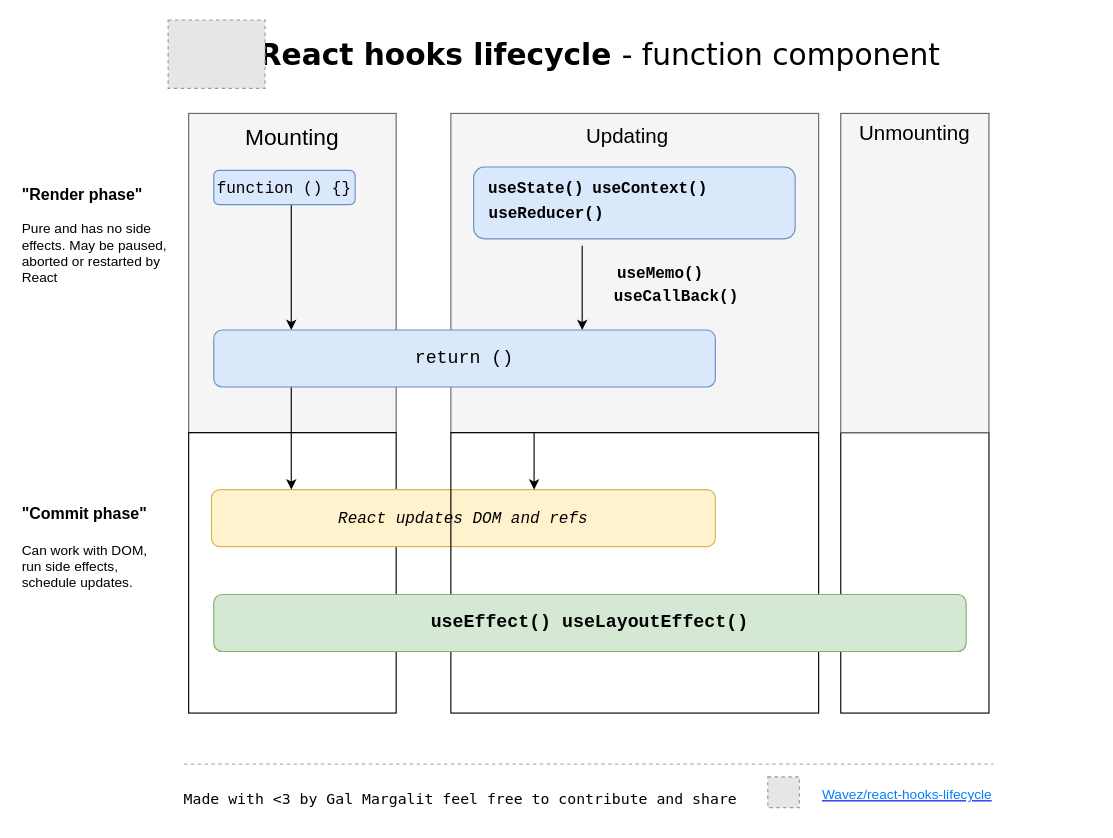
The draw.io diagram chart.drawio in Wavez/react-hooks-lifecycle, before the edit. Source tidied: cells renumbered, new cells numbered last; positions are measured from the earlier drawing's top-left corner, leaving out a move shared by most shapes. Both pictures are drawn from the tidied source at 114%, with x=0, y=0 at pixel (19, 19). Pictures stored in the file or linked from it are replaced by grey dashed boxes.
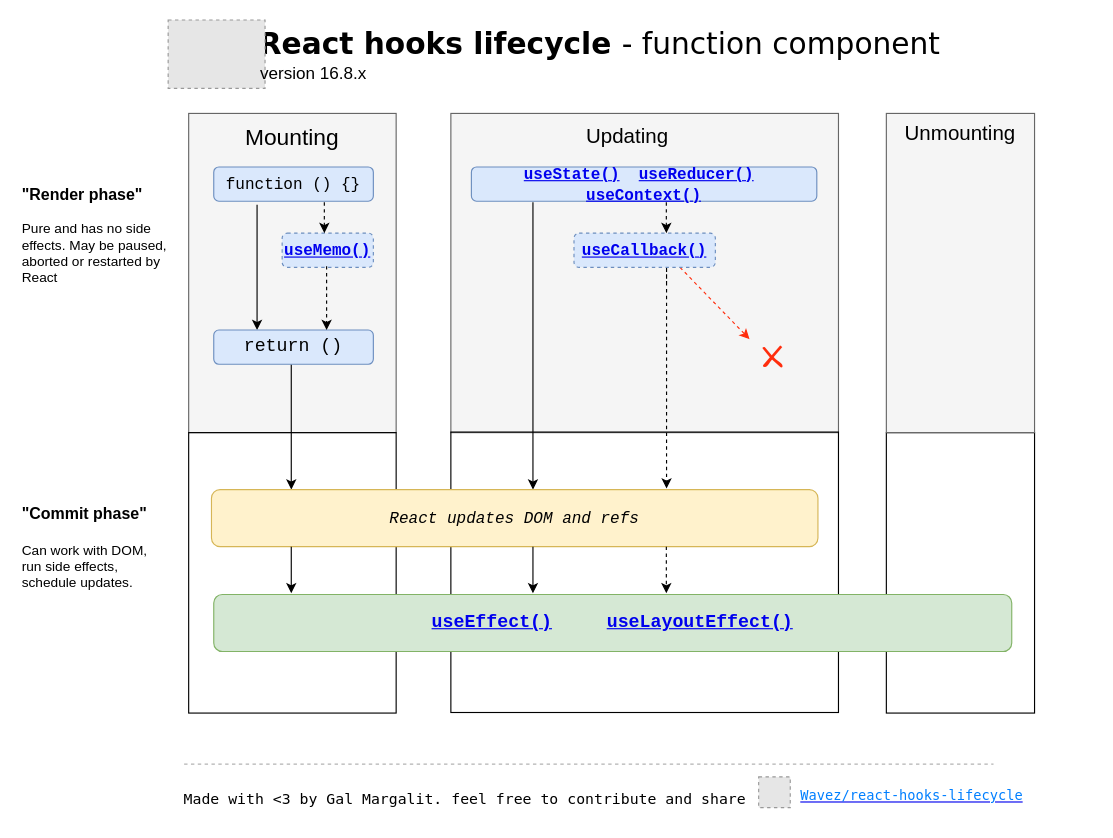
The same page after the edit.

The change refers to these unchanged cells:
```xml
<mxCell id="28" style="group;" parent="1" vertex="1">
  <mxGeometry x="142" y="652.8" width="800" height="47.2" as="geometry" />
</mxCell>
<mxCell id="29" style="group;" parent="28" vertex="1">
  <mxGeometry y="7.2" width="550" height="40" as="geometry" />
</mxCell>
```

Diff of the diagram source:
```diff
@@
     <mxCell id="2" style="rounded=0;whiteSpace=wrap;html=1;fillColor=none;" parent="1" vertex="1">
-      <mxGeometry x="720" y="362" width="130" height="246" as="geometry" />
+      <mxGeometry x="760" y="362" width="130" height="246" as="geometry" />
     </mxCell>
@@
-    <mxCell id="5" style="edgeStyle=orthogonalEdgeStyle;rounded=0;jettySize=auto;html=1;" parent="1" edge="1" source="6" target="24">
+    <mxCell id="5" style="edgeStyle=orthogonalEdgeStyle;rounded=0;orthogonalLoop=1;jettySize=auto;html=1;" parent="1" edge="1">
       <mxGeometry relative="1" as="geometry">
+        <mxPoint x="208" y="162" as="sourcePoint" />
+        <mxPoint x="208" y="272" as="targetPoint" />
         <Array as="points">
-          <mxPoint x="238" y="252" />
-          <mxPoint x="238" y="252" />
+          <mxPoint x="208" y="252" />
+          <mxPoint x="208" y="252" />
         </Array>
       </mxGeometry>
     </mxCell>
     <mxCell id="6" value="&lt;h3 id=&quot;static-getderivedstatefromprops&quot;&gt;&lt;code style=&quot;font-weight: normal&quot;&gt;function () {}&lt;/code&gt;&lt;/h3&gt;" style="rounded=1;whiteSpace=wrap;html=1;fillColor=#dae8fc;strokeColor=#6c8ebf;" parent="1" vertex="1">
-      <mxGeometry x="170" y="132" width="124" height="30" as="geometry" />
+      <mxGeometry x="170" y="129" width="140" height="30" as="geometry" />
     </mxCell>
     <mxCell id="7" value="Unmounting" style="group;fillColor=#f5f5f5;strokeColor=#666666;fontColor=#000000;fontSize=18;" parent="1" vertex="1">
-      <mxGeometry x="720" y="82" width="130" height="280" as="geometry" />
+      <mxGeometry x="760" y="82" width="130" height="280" as="geometry" />
     </mxCell>
@@
     <mxCell id="10" value="&lt;font style=&quot;font-size: 26px&quot;&gt;React hooks lifecycle &lt;span style=&quot;font-weight: normal&quot;&gt;- &lt;/span&gt;&lt;span style=&quot;font-weight: normal&quot;&gt;function component&lt;/span&gt;&lt;/font&gt;" style="text;html=1;align=left;verticalAlign=top;spacingTop=-4;fontFamily=Verdana;fontStyle=1;" parent="1" vertex="1">
-      <mxGeometry x="208" y="13" width="580" height="20" as="geometry" />
+      <mxGeometry x="208" y="3" width="580" height="20" as="geometry" />
     </mxCell>
@@
-    <mxCell id="12" value="&lt;h3 id=&quot;static-getderivedstatefromprops&quot;&gt;&lt;code style=&quot;font-weight: normal&quot;&gt;&lt;i&gt;React updates DOM and refs&lt;/i&gt;&lt;/code&gt;&lt;/h3&gt;" style="rounded=1;whiteSpace=wrap;html=1;fillColor=#fff2cc;strokeColor=#d6b656;" parent="1" vertex="1">
-      <mxGeometry x="168" y="412" width="442" height="50" as="geometry" />
-    </mxCell>
@@
-    <mxCell id="14" style="edgeStyle=orthogonalEdgeStyle;rounded=0;orthogonalLoop=1;jettySize=auto;html=1;" parent="1" edge="1">
-      <mxGeometry relative="1" as="geometry">
-        <mxPoint x="451" y="322" as="sourcePoint" />
-        <mxPoint x="451" y="412" as="targetPoint" />
-        <Array as="points">
-          <mxPoint x="451" y="352" />
-          <mxPoint x="451" y="352" />
-        </Array>
-      </mxGeometry>
-    </mxCell>
     <mxCell id="15" style="rounded=0;whiteSpace=wrap;html=1;fillColor=#f5f5f5;strokeColor=#666666;fontColor=#333333;" parent="1" vertex="1">
-      <mxGeometry x="378" y="82" width="322.6" height="280" as="geometry" />
+      <mxGeometry x="378" y="82" width="340" height="280" as="geometry" />
     </mxCell>
@@
-    <mxCell id="17" style="edgeStyle=orthogonalEdgeStyle;rounded=0;orthogonalLoop=1;jettySize=auto;html=1;" parent="1" edge="1">
+    <mxCell id="17" style="edgeStyle=orthogonalEdgeStyle;rounded=0;orthogonalLoop=1;jettySize=auto;html=1;dashed=1;" parent="1" edge="1">
       <mxGeometry relative="1" as="geometry">
-        <mxPoint x="493.2" y="232" as="sourcePoint" />
-        <mxPoint x="493.2" y="272" as="targetPoint" />
+        <mxPoint x="567.2" y="232" as="sourcePoint" />
+        <mxPoint x="567.2" y="411" as="targetPoint" />
         <Array as="points">
-          <mxPoint x="493.2" y="198" />
+          <mxPoint x="567.2" y="198" />
         </Array>
       </mxGeometry>
     </mxCell>
-    <mxCell id="18" style="rounded=1;whiteSpace=wrap;html=1;fillColor=#dae8fc;strokeColor=#6c8ebf;" parent="1" vertex="1">
-      <mxGeometry x="398" y="129" width="282" height="63" as="geometry" />
+    <mxCell id="18" value="&lt;h3 id=&quot;static-getderivedstatefromprops&quot; style=&quot;white-space: normal&quot;&gt;&lt;code&gt;&lt;font style=&quot;font-size: 14px&quot; color=&quot;#3399ff&quot;&gt;&lt;a href=&quot;https://reactjs.org/docs/hooks-reference.html#usestate&quot;&gt;useState()&lt;/a&gt;&amp;nbsp; &lt;a href=&quot;https://reactjs.org/docs/hooks-reference.html#usereducer&quot;&gt;useReducer()&lt;/a&gt;&amp;nbsp; &lt;a href=&quot;https://reactjs.org/docs/hooks-reference.html#usecontext&quot;&gt;useContext()&lt;/a&gt;&lt;/font&gt;&lt;/code&gt;&lt;/h3&gt;" style="rounded=1;whiteSpace=wrap;html=1;fillColor=#dae8fc;strokeColor=#6c8ebf;" parent="1" vertex="1">
+      <mxGeometry x="396" y="129" width="303" height="30" as="geometry" />
     </mxCell>
     <mxCell id="19" style="rounded=0;whiteSpace=wrap;html=1;fillColor=none;" parent="1" vertex="1">
-      <mxGeometry x="378" y="362" width="322.6" height="246" as="geometry" />
+      <mxGeometry x="378" y="361.5" width="340" height="246" as="geometry" />
     </mxCell>
-    <mxCell id="20" value="&lt;h3 id=&quot;static-getderivedstatefromprops&quot;&gt;&lt;code&gt;&lt;font style=&quot;font-size: 14px&quot;&gt;useState()&lt;/font&gt;&lt;/code&gt;&lt;/h3&gt;" style="text;html=1;strokeColor=none;fillColor=none;align=center;verticalAlign=middle;whiteSpace=wrap;rounded=0;" parent="1" vertex="1">
-      <mxGeometry x="433" y="137" width="40" height="20" as="geometry" />
-    </mxCell>
-    <mxCell id="21" value="&lt;h3 id=&quot;static-getderivedstatefromprops&quot;&gt;&lt;code&gt;&lt;font style=&quot;font-size: 14px&quot;&gt;useMemo()&lt;/font&gt;&lt;/code&gt;&lt;/h3&gt;" style="text;html=1;strokeColor=none;fillColor=none;align=center;verticalAlign=middle;whiteSpace=wrap;rounded=0;" parent="1" vertex="1">
-      <mxGeometry x="542" y="212" width="40" height="20" as="geometry" />
-    </mxCell>
-    <mxCell id="22" value="&lt;h3 id=&quot;static-getderivedstatefromprops&quot;&gt;&lt;code&gt;&lt;font style=&quot;font-size: 14px&quot;&gt;useReducer()&lt;/font&gt;&lt;/code&gt;&lt;/h3&gt;" style="text;html=1;strokeColor=none;fillColor=none;align=center;verticalAlign=middle;whiteSpace=wrap;rounded=0;" parent="1" vertex="1">
-      <mxGeometry x="441.5" y="159" width="40" height="20" as="geometry" />
-    </mxCell>
-    <mxCell id="23" value="&lt;h3 id=&quot;static-getderivedstatefromprops&quot;&gt;&lt;code&gt;&lt;font style=&quot;font-size: 14px&quot;&gt;useCallBack()&lt;/font&gt;&lt;/code&gt;&lt;/h3&gt;" style="text;html=1;strokeColor=none;fillColor=none;align=center;verticalAlign=middle;whiteSpace=wrap;rounded=0;" parent="1" vertex="1">
-      <mxGeometry x="556" y="232" width="40" height="20" as="geometry" />
-    </mxCell>
     <mxCell id="24" value="&lt;h3 id=&quot;static-getderivedstatefromprops&quot;&gt;&lt;code&gt;&lt;font style=&quot;font-size: 16px ; font-weight: normal&quot;&gt;return ()&lt;/font&gt;&lt;/code&gt;&lt;/h3&gt;" style="rounded=1;whiteSpace=wrap;html=1;fillColor=#dae8fc;strokeColor=#6c8ebf;" parent="1" vertex="1">
-      <mxGeometry x="170" y="272" width="440" height="50" as="geometry" />
+      <mxGeometry x="170" y="272" width="140" height="30" as="geometry" />
     </mxCell>
-    <mxCell id="25" value="&lt;h3 id=&quot;static-getderivedstatefromprops&quot;&gt;&lt;code&gt;&lt;font style=&quot;font-size: 14px&quot;&gt;useContext()&lt;/font&gt;&lt;/code&gt;&lt;/h3&gt;" style="text;html=1;strokeColor=none;fillColor=none;align=center;verticalAlign=middle;whiteSpace=wrap;rounded=0;" parent="1" vertex="1">
-      <mxGeometry x="533" y="137" width="40" height="20" as="geometry" />
-    </mxCell>
-    <mxCell id="26" value="&lt;h3 id=&quot;static-getderivedstatefromprops&quot;&gt;&lt;code&gt;&lt;font style=&quot;font-size: 16px&quot;&gt;useEffect() useLayoutEffect()&lt;/font&gt;&lt;/code&gt;&lt;/h3&gt;" style="rounded=1;whiteSpace=wrap;html=1;fillColor=#d5e8d4;strokeColor=#82b366;" parent="1" vertex="1">
-      <mxGeometry x="170" y="504" width="660" height="50" as="geometry" />
+    <mxCell id="26" value="&lt;h3 id=&quot;static-getderivedstatefromprops&quot;&gt;&lt;code&gt;&lt;font style=&quot;font-size: 16px&quot;&gt;&lt;a href=&quot;https://reactjs.org/docs/hooks-reference.html#useeffect&quot;&gt;useEffect()&lt;/a&gt;&amp;nbsp; &amp;nbsp; &amp;nbsp;&lt;a href=&quot;https://reactjs.org/docs/hooks-reference.html#uselayouteffect&quot;&gt;useLayoutEffect()&lt;/a&gt;&lt;/font&gt;&lt;/code&gt;&lt;/h3&gt;" style="rounded=1;whiteSpace=wrap;html=1;fillColor=#d5e8d4;strokeColor=#82b366;" parent="1" vertex="1">
+      <mxGeometry x="170" y="504" width="700" height="50" as="geometry" />
     </mxCell>
@@
-    <mxCell id="30" value="&lt;font style=&quot;line-height: 170%&quot;&gt;Made with &amp;lt;3 by Gal Margalit feel free to contribute and share&lt;/font&gt;" style="text;html=1;align=left;verticalAlign=top;spacingTop=-4;fontSize=13;fontColor=#000000;fontFamily=Lucida Console;" parent="29" vertex="1">
-      <mxGeometry y="10" width="500" height="20" as="geometry" />
+    <mxCell id="30" value="&lt;font style=&quot;line-height: 170%&quot;&gt;Made with &amp;lt;3 by Gal Margalit. feel free to contribute and share&lt;/font&gt;" style="text;html=1;align=left;verticalAlign=top;spacingTop=-4;fontSize=13;fontColor=#000000;fontFamily=Lucida Console;" parent="29" vertex="1">
+      <mxGeometry y="10" width="503" height="22" as="geometry" />
     </mxCell>
     <mxCell id="31" style="fillColor=#E6E6E6;strokeColor=#999999;dashed=1;verticalLabelPosition=bottom;verticalAlign=top;fontSize=18;fontColor=#000000;" parent="29" vertex="1">
-      <mxGeometry x="514" y="4" width="27.7" height="27" as="geometry" />
+      <mxGeometry x="506" y="4" width="27.7" height="27" as="geometry" />
     </mxCell>
-    <mxCell id="32" value="&lt;a href=&quot;https://github.com/Wavez/react-hooks-lifecycle&quot; style=&quot;font-size: 12px;&quot;&gt;&lt;font color=&quot;#007fff&quot; style=&quot;font-size: 12px;&quot;&gt;Wavez/react-hooks-lifecycle&lt;/font&gt;&lt;/a&gt;" style="text;html=1;align=left;verticalAlign=top;spacingTop=-4;fontSize=12;fontColor=#000000;" parent="28" vertex="1">
-      <mxGeometry x="560" y="17.2" width="240" height="20" as="geometry" />
+    <mxCell id="32" value="&lt;a href=&quot;https://github.com/Wavez/react-hooks-lifecycle&quot; style=&quot;font-size: 12px&quot;&gt;&lt;font color=&quot;#007fff&quot; style=&quot;font-size: 12px&quot; face=&quot;Lucida Console&quot;&gt;Wavez/react-hooks-lifecycle&lt;/font&gt;&lt;/a&gt;" style="text;html=1;align=left;verticalAlign=top;spacingTop=-4;fontSize=12;fontColor=#000000;" parent="28" vertex="1">
+      <mxGeometry x="540.5" y="18.2" width="205" height="15" as="geometry" />
     </mxCell>
@@
+    <mxCell id="21" value="&lt;h3 id=&quot;static-getderivedstatefromprops&quot;&gt;&lt;code&gt;&lt;font style=&quot;font-size: 14px&quot;&gt;&lt;a href=&quot;https://reactjs.org/docs/hooks-reference.html#usememo&quot;&gt;useMemo()&lt;/a&gt;&lt;/font&gt;&lt;/code&gt;&lt;/h3&gt;" style="rounded=1;whiteSpace=wrap;html=1;fillColor=#dae8fc;strokeColor=#6c8ebf;dashed=1;" parent="1" vertex="1">
+      <mxGeometry x="230" y="187" width="80" height="30" as="geometry" />
+    </mxCell>
+    <mxCell id="34" style="edgeStyle=orthogonalEdgeStyle;rounded=0;orthogonalLoop=1;jettySize=auto;html=1;" parent="1" edge="1">
+      <mxGeometry relative="1" as="geometry">
+        <mxPoint x="450" y="160" as="sourcePoint" />
+        <mxPoint x="450" y="412" as="targetPoint" />
+      </mxGeometry>
+    </mxCell>
+    <mxCell id="35" value="&lt;font color=&quot;#ff2d0d&quot; style=&quot;font-size: 32px&quot; face=&quot;Comic Sans MS&quot;&gt;X&lt;/font&gt;" style="text;html=1;align=left;verticalAlign=top;spacingTop=-4;" parent="1" vertex="1">
+      <mxGeometry x="649" y="274" width="40" height="20" as="geometry" />
+    </mxCell>
+    <mxCell id="36" style="endArrow=classic;html=1;exitX=0.75;exitY=1;exitDx=0;exitDy=0;strokeColor=#FF2D0D;dashed=1;" parent="1" edge="1" source="38">
+      <mxGeometry relative="1" as="geometry">
+        <mxPoint x="640" y="280" as="targetPoint" />
+      </mxGeometry>
+    </mxCell>
+    <mxCell id="37" style="edgeStyle=orthogonalEdgeStyle;rounded=0;orthogonalLoop=1;jettySize=auto;html=1;dashed=1;" parent="1" edge="1">
+      <mxGeometry relative="1" as="geometry">
+        <mxPoint x="567" y="160" as="sourcePoint" />
+        <mxPoint x="567" y="187" as="targetPoint" />
+      </mxGeometry>
+    </mxCell>
+    <mxCell id="12" value="&lt;h3 id=&quot;static-getderivedstatefromprops&quot;&gt;&lt;code style=&quot;font-weight: normal&quot;&gt;&lt;i&gt;React updates DOM and refs&lt;/i&gt;&lt;/code&gt;&lt;/h3&gt;" style="rounded=1;whiteSpace=wrap;html=1;fillColor=#fff2cc;strokeColor=#d6b656;" parent="1" vertex="1">
+      <mxGeometry x="168" y="412" width="532" height="50" as="geometry" />
+    </mxCell>
+    <mxCell id="38" value="&lt;h3 id=&quot;static-getderivedstatefromprops&quot;&gt;&lt;code&gt;&lt;font style=&quot;font-size: 14px&quot;&gt;&lt;a href=&quot;https://reactjs.org/docs/hooks-reference.html#usecallback&quot;&gt;useCallback()&lt;/a&gt;&lt;/font&gt;&lt;/code&gt;&lt;/h3&gt;" style="rounded=1;whiteSpace=wrap;html=1;fillColor=#dae8fc;strokeColor=#6c8ebf;dashed=1;" parent="1" vertex="1">
+      <mxGeometry x="486" y="187" width="124" height="30" as="geometry" />
+    </mxCell>
+    <mxCell id="39" style="edgeStyle=orthogonalEdgeStyle;rounded=0;orthogonalLoop=1;jettySize=auto;html=1;dashed=1;" parent="1" edge="1">
+      <mxGeometry relative="1" as="geometry">
+        <mxPoint x="267" y="160" as="sourcePoint" />
+        <mxPoint x="267" y="187" as="targetPoint" />
+      </mxGeometry>
+    </mxCell>
+    <mxCell id="40" style="edgeStyle=orthogonalEdgeStyle;rounded=0;orthogonalLoop=1;jettySize=auto;html=1;dashed=1;" parent="1" edge="1">
+      <mxGeometry relative="1" as="geometry">
+        <mxPoint x="269" y="216" as="sourcePoint" />
+        <mxPoint x="269" y="272" as="targetPoint" />
+      </mxGeometry>
+    </mxCell>
+    <mxCell id="41" style="endArrow=classic;html=1;dashed=1;strokeColor=#000000;entryX=0.377;entryY=-0.02;entryDx=0;entryDy=0;entryPerimeter=0;" parent="1" edge="1">
+      <mxGeometry relative="1" as="geometry">
+        <mxPoint x="567" y="462" as="sourcePoint" />
+        <mxPoint x="567" y="503" as="targetPoint" />
+      </mxGeometry>
+    </mxCell>
+    <mxCell id="42" style="endArrow=classic;html=1;strokeColor=#000000;entryX=0.377;entryY=-0.02;entryDx=0;entryDy=0;entryPerimeter=0;" parent="1" edge="1">
+      <mxGeometry relative="1" as="geometry">
+        <mxPoint x="450" y="462" as="sourcePoint" />
+        <mxPoint x="450" y="503" as="targetPoint" />
+      </mxGeometry>
+    </mxCell>
+    <mxCell id="43" style="endArrow=classic;html=1;strokeColor=#000000;entryX=0.377;entryY=-0.02;entryDx=0;entryDy=0;entryPerimeter=0;" parent="1" edge="1">
+      <mxGeometry relative="1" as="geometry">
+        <mxPoint x="238" y="462" as="sourcePoint" />
+        <mxPoint x="238" y="503" as="targetPoint" />
+      </mxGeometry>
+    </mxCell>
+    <mxCell id="44" value="version 16.8.x" style="text;html=1;align=left;verticalAlign=top;spacingTop=-4;fontSize=15;" parent="1" vertex="1">
+      <mxGeometry x="209" y="34.5" width="110" height="20" as="geometry" />
+    </mxCell>
```
